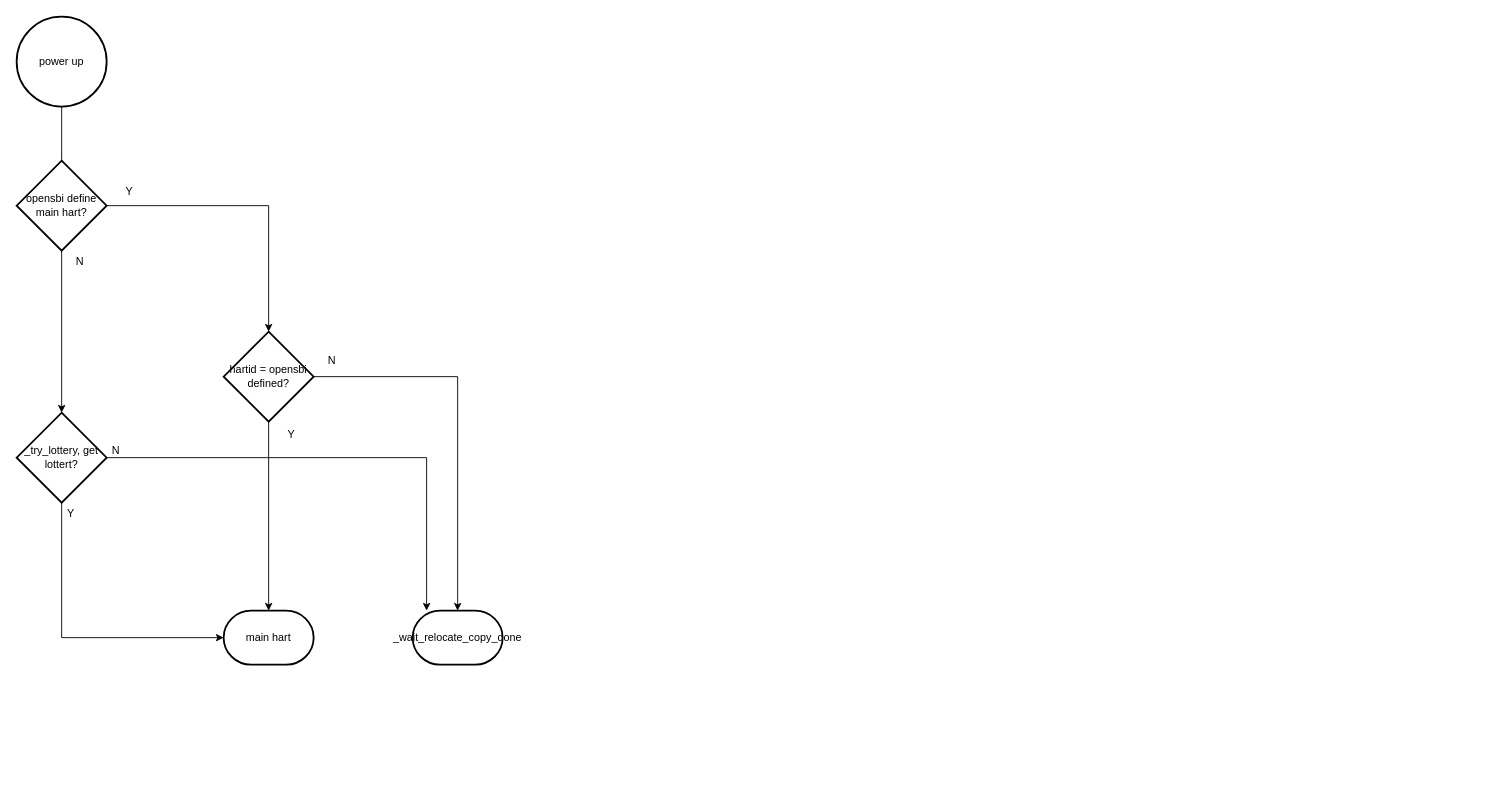
The draw.io diagram page "opensbi" (1 of 2) of riscv.drawio in thomas-coding/drawio, before the edit. Source tidied: cells renumbered, new cells numbered last; positions are measured from the earlier drawing's top-left corner, leaving out a move shared by most shapes. Both pictures are drawn from the tidied source at 90%, with x=0, y=0 at pixel (16, 16).
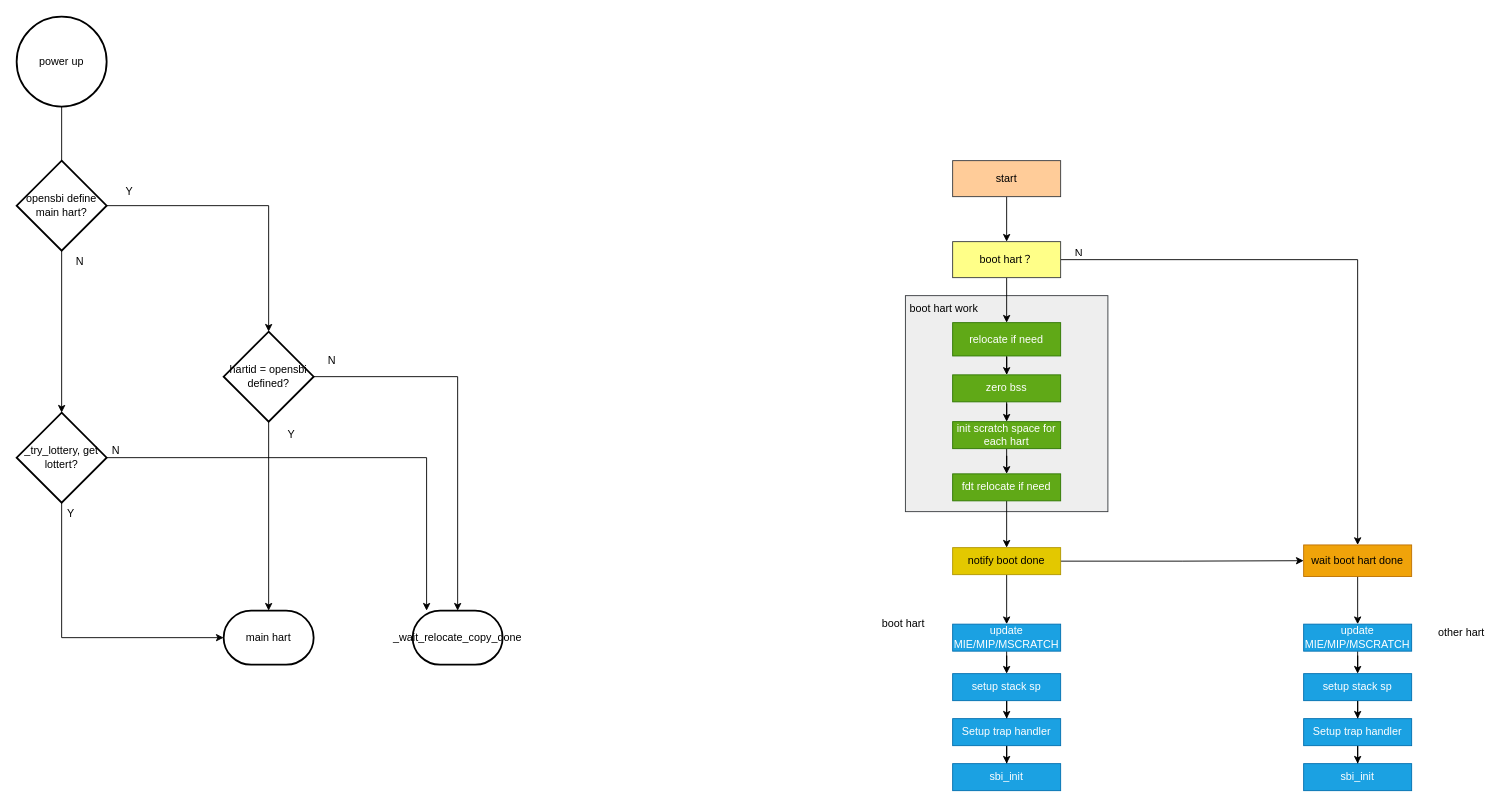
Above is the later version.

What changed in the source:
```diff
@@
+    <mxCell id="21" style="rounded=0;whiteSpace=wrap;html=1;fillColor=#eeeeee;strokeColor=#36393d;" parent="1" vertex="1">
+      <mxGeometry x="987.5" y="310" width="225" height="240" as="geometry" />
+    </mxCell>
@@
+    <mxCell id="22" style="edgeStyle=orthogonalEdgeStyle;rounded=0;jettySize=auto;html=1;entryX=0.5;entryY=0;entryDx=0;entryDy=0;" parent="1" edge="1" source="23" target="26">
+      <mxGeometry relative="1" as="geometry" />
+    </mxCell>
+    <mxCell id="23" value="start" style="rounded=0;whiteSpace=wrap;html=1;fillColor=#ffcc99;strokeColor=#36393d;" parent="1" vertex="1">
+      <mxGeometry x="1040" y="160" width="120" height="40" as="geometry" />
+    </mxCell>
+    <mxCell id="24" style="edgeStyle=orthogonalEdgeStyle;rounded=0;jettySize=auto;html=1;entryX=0.5;entryY=0;entryDx=0;entryDy=0;" parent="1" edge="1" source="26" target="28">
+      <mxGeometry relative="1" as="geometry" />
+    </mxCell>
+    <mxCell id="25" style="edgeStyle=orthogonalEdgeStyle;rounded=0;jettySize=auto;html=1;" parent="1" edge="1" source="26" target="31">
+      <mxGeometry relative="1" as="geometry" />
+    </mxCell>
+    <mxCell id="26" value="boot hart？" style="rounded=0;whiteSpace=wrap;html=1;fillColor=#ffff88;strokeColor=#36393d;" parent="1" vertex="1">
+      <mxGeometry x="1040" y="250" width="120" height="40" as="geometry" />
+    </mxCell>
+    <mxCell id="27" style="edgeStyle=orthogonalEdgeStyle;rounded=0;jettySize=auto;html=1;entryX=0.5;entryY=0;entryDx=0;entryDy=0;" parent="1" edge="1" source="28" target="50">
+      <mxGeometry relative="1" as="geometry" />
+    </mxCell>
+    <mxCell id="28" value="wait boot hart done" style="rounded=0;whiteSpace=wrap;html=1;fillColor=#f0a30a;fontColor=#000000;strokeColor=#BD7000;" parent="1" vertex="1">
+      <mxGeometry x="1430" y="587" width="120" height="35" as="geometry" />
+    </mxCell>
+    <mxCell id="29" value="N" style="text;html=1;align=center;verticalAlign=middle;strokeColor=none;fillColor=none;" parent="1" vertex="1">
+      <mxGeometry x="1165" y="248" width="30" height="30" as="geometry" />
+    </mxCell>
+    <mxCell id="30" style="edgeStyle=orthogonalEdgeStyle;rounded=0;jettySize=auto;html=1;entryX=0.5;entryY=0;entryDx=0;entryDy=0;" parent="1" edge="1" source="31" target="33">
+      <mxGeometry relative="1" as="geometry" />
+    </mxCell>
+    <mxCell id="31" value="relocate if need" style="rounded=0;whiteSpace=wrap;html=1;fillColor=#60a917;fontColor=#ffffff;strokeColor=#2D7600;" parent="1" vertex="1">
+      <mxGeometry x="1040" y="340" width="120" height="37" as="geometry" />
+    </mxCell>
+    <mxCell id="32" style="edgeStyle=orthogonalEdgeStyle;rounded=0;jettySize=auto;html=1;entryX=0.5;entryY=0;entryDx=0;entryDy=0;" parent="1" edge="1" source="33" target="35">
+      <mxGeometry relative="1" as="geometry" />
+    </mxCell>
+    <mxCell id="33" value="zero bss" style="rounded=0;whiteSpace=wrap;html=1;fillColor=#60a917;fontColor=#ffffff;strokeColor=#2D7600;" parent="1" vertex="1">
+      <mxGeometry x="1040" y="398" width="120" height="30" as="geometry" />
+    </mxCell>
+    <mxCell id="34" style="edgeStyle=orthogonalEdgeStyle;rounded=0;jettySize=auto;html=1;entryX=0.5;entryY=0;entryDx=0;entryDy=0;" parent="1" edge="1" source="35" target="37">
+      <mxGeometry relative="1" as="geometry" />
+    </mxCell>
+    <mxCell id="35" value="init scratch space for each hart" style="rounded=0;whiteSpace=wrap;html=1;fillColor=#60a917;fontColor=#ffffff;strokeColor=#2D7600;" parent="1" vertex="1">
+      <mxGeometry x="1040" y="450" width="120" height="30" as="geometry" />
+    </mxCell>
+    <mxCell id="36" style="edgeStyle=orthogonalEdgeStyle;rounded=0;jettySize=auto;html=1;entryX=0.5;entryY=0;entryDx=0;entryDy=0;" parent="1" edge="1" source="37" target="40">
+      <mxGeometry relative="1" as="geometry" />
+    </mxCell>
+    <mxCell id="37" value="fdt relocate if need" style="rounded=0;whiteSpace=wrap;html=1;fillColor=#60a917;fontColor=#ffffff;strokeColor=#2D7600;" parent="1" vertex="1">
+      <mxGeometry x="1040" y="508" width="120" height="30" as="geometry" />
+    </mxCell>
+    <mxCell id="38" style="edgeStyle=orthogonalEdgeStyle;rounded=0;jettySize=auto;html=1;entryX=0;entryY=0.5;entryDx=0;entryDy=0;" parent="1" edge="1" source="40" target="28">
+      <mxGeometry relative="1" as="geometry" />
+    </mxCell>
+    <mxCell id="39" style="edgeStyle=orthogonalEdgeStyle;rounded=0;jettySize=auto;html=1;entryX=0.5;entryY=0;entryDx=0;entryDy=0;" parent="1" edge="1" source="40" target="43">
+      <mxGeometry relative="1" as="geometry" />
+    </mxCell>
+    <mxCell id="40" value="notify boot done" style="rounded=0;whiteSpace=wrap;html=1;fillColor=#e3c800;fontColor=#000000;strokeColor=#B09500;" parent="1" vertex="1">
+      <mxGeometry x="1040" y="590" width="120" height="30" as="geometry" />
+    </mxCell>
+    <mxCell id="41" value="boot hart work" style="text;html=1;align=center;verticalAlign=middle;strokeColor=none;fillColor=none;" parent="1" vertex="1">
+      <mxGeometry x="980" y="310" width="100" height="30" as="geometry" />
+    </mxCell>
+    <mxCell id="42" style="edgeStyle=orthogonalEdgeStyle;rounded=0;jettySize=auto;html=1;entryX=0.5;entryY=0;entryDx=0;entryDy=0;" parent="1" edge="1" source="43" target="45">
+      <mxGeometry relative="1" as="geometry" />
+    </mxCell>
+    <mxCell id="43" value="update MIE/MIP/MSCRATCH" style="rounded=0;whiteSpace=wrap;html=1;fillColor=#1ba1e2;fontColor=#ffffff;strokeColor=#006EAF;" parent="1" vertex="1">
+      <mxGeometry x="1040" y="675" width="120" height="30" as="geometry" />
+    </mxCell>
+    <mxCell id="44" style="edgeStyle=orthogonalEdgeStyle;rounded=0;jettySize=auto;html=1;entryX=0.5;entryY=0;entryDx=0;entryDy=0;" parent="1" edge="1" source="45" target="47">
+      <mxGeometry relative="1" as="geometry" />
+    </mxCell>
+    <mxCell id="45" value="setup stack sp" style="rounded=0;whiteSpace=wrap;html=1;fillColor=#1ba1e2;fontColor=#ffffff;strokeColor=#006EAF;" parent="1" vertex="1">
+      <mxGeometry x="1040" y="730" width="120" height="30" as="geometry" />
+    </mxCell>
+    <mxCell id="46" style="edgeStyle=orthogonalEdgeStyle;rounded=0;jettySize=auto;html=1;" parent="1" edge="1" source="47" target="48">
+      <mxGeometry relative="1" as="geometry" />
+    </mxCell>
+    <mxCell id="47" value="Setup trap handler" style="rounded=0;whiteSpace=wrap;html=1;fillColor=#1ba1e2;fontColor=#ffffff;strokeColor=#006EAF;" parent="1" vertex="1">
+      <mxGeometry x="1040" y="780" width="120" height="30" as="geometry" />
+    </mxCell>
+    <mxCell id="48" value="sbi_init" style="rounded=0;whiteSpace=wrap;html=1;fillColor=#1ba1e2;fontColor=#ffffff;strokeColor=#006EAF;" parent="1" vertex="1">
+      <mxGeometry x="1040" y="830" width="120" height="30" as="geometry" />
+    </mxCell>
+    <mxCell id="49" style="edgeStyle=orthogonalEdgeStyle;rounded=0;jettySize=auto;html=1;entryX=0.5;entryY=0;entryDx=0;entryDy=0;" parent="1" edge="1" source="50" target="52">
+      <mxGeometry relative="1" as="geometry" />
+    </mxCell>
+    <mxCell id="50" value="update MIE/MIP/MSCRATCH" style="rounded=0;whiteSpace=wrap;html=1;fillColor=#1ba1e2;fontColor=#ffffff;strokeColor=#006EAF;" parent="1" vertex="1">
+      <mxGeometry x="1430" y="675" width="120" height="30" as="geometry" />
+    </mxCell>
+    <mxCell id="51" style="edgeStyle=orthogonalEdgeStyle;rounded=0;jettySize=auto;html=1;entryX=0.5;entryY=0;entryDx=0;entryDy=0;" parent="1" edge="1" source="52" target="54">
+      <mxGeometry relative="1" as="geometry" />
+    </mxCell>
+    <mxCell id="52" value="setup stack sp" style="rounded=0;whiteSpace=wrap;html=1;fillColor=#1ba1e2;fontColor=#ffffff;strokeColor=#006EAF;" parent="1" vertex="1">
+      <mxGeometry x="1430" y="730" width="120" height="30" as="geometry" />
+    </mxCell>
+    <mxCell id="53" style="edgeStyle=orthogonalEdgeStyle;rounded=0;jettySize=auto;html=1;entryX=0.5;entryY=0;entryDx=0;entryDy=0;" parent="1" edge="1" source="54" target="55">
+      <mxGeometry relative="1" as="geometry" />
+    </mxCell>
+    <mxCell id="54" value="Setup trap handler" style="rounded=0;whiteSpace=wrap;html=1;fillColor=#1ba1e2;fontColor=#ffffff;strokeColor=#006EAF;" parent="1" vertex="1">
+      <mxGeometry x="1430" y="780" width="120" height="30" as="geometry" />
+    </mxCell>
+    <mxCell id="55" value="sbi_init" style="rounded=0;whiteSpace=wrap;html=1;fillColor=#1ba1e2;fontColor=#ffffff;strokeColor=#006EAF;" parent="1" vertex="1">
+      <mxGeometry x="1430" y="830" width="120" height="30" as="geometry" />
+    </mxCell>
+    <mxCell id="56" value="boot hart" style="text;html=1;align=center;verticalAlign=middle;strokeColor=none;fillColor=none;" parent="1" vertex="1">
+      <mxGeometry x="950" y="660" width="70" height="30" as="geometry" />
+    </mxCell>
+    <mxCell id="57" value="other hart" style="text;html=1;align=center;verticalAlign=middle;strokeColor=none;fillColor=none;" parent="1" vertex="1">
+      <mxGeometry x="1570" y="670" width="70" height="30" as="geometry" />
+    </mxCell>
```
